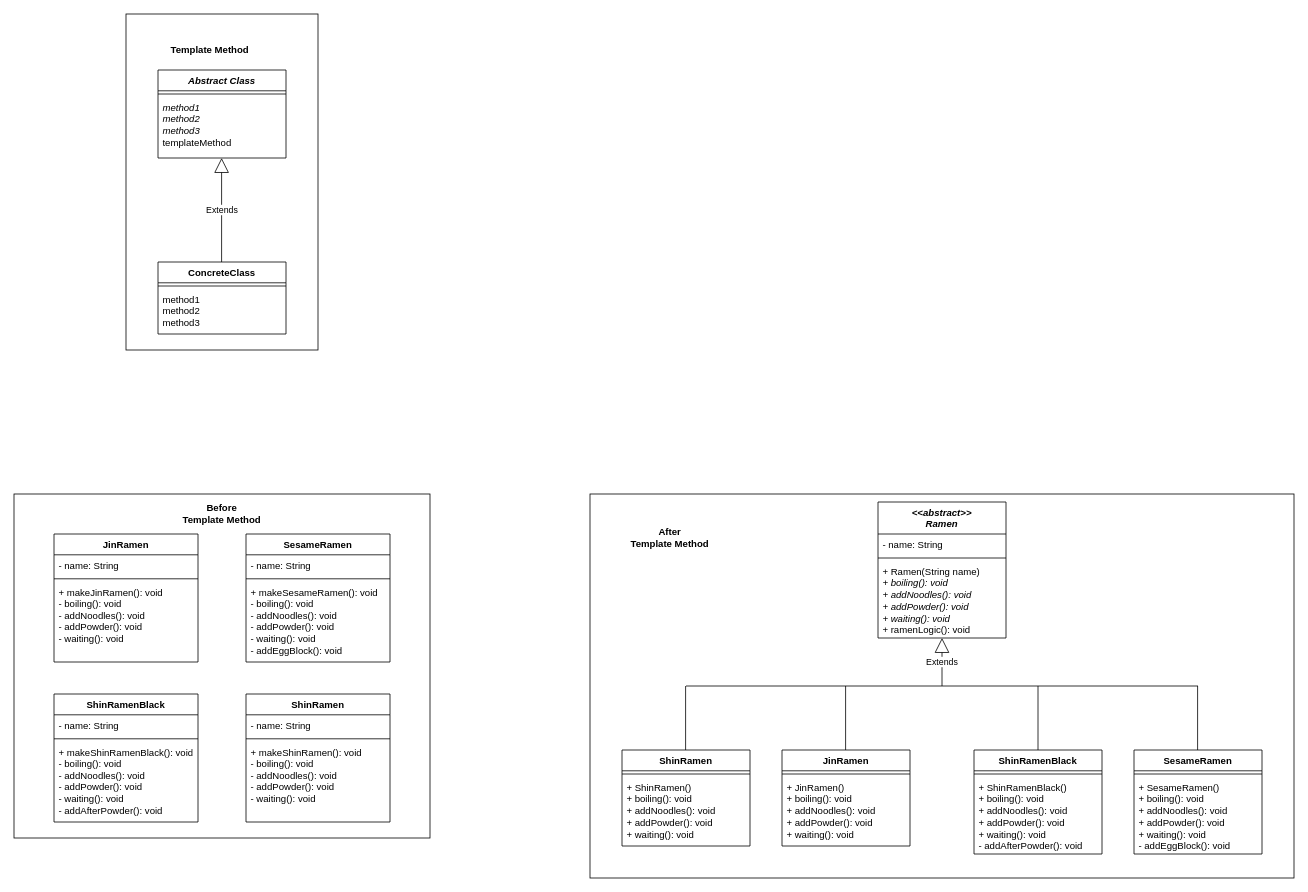
This is Kim-Taewoo/src/templatemethod/templatepattern.drawio from kimdabeans/PDA-JavaPattern, a draw.io file, before an edit. Source tidied: cells renumbered, new cells numbered last; positions are measured from the earlier drawing's top-left corner, leaving out a move shared by most shapes. Both pictures are drawn from the tidied source at 80%, with x=0, y=0 at pixel (14, 14).
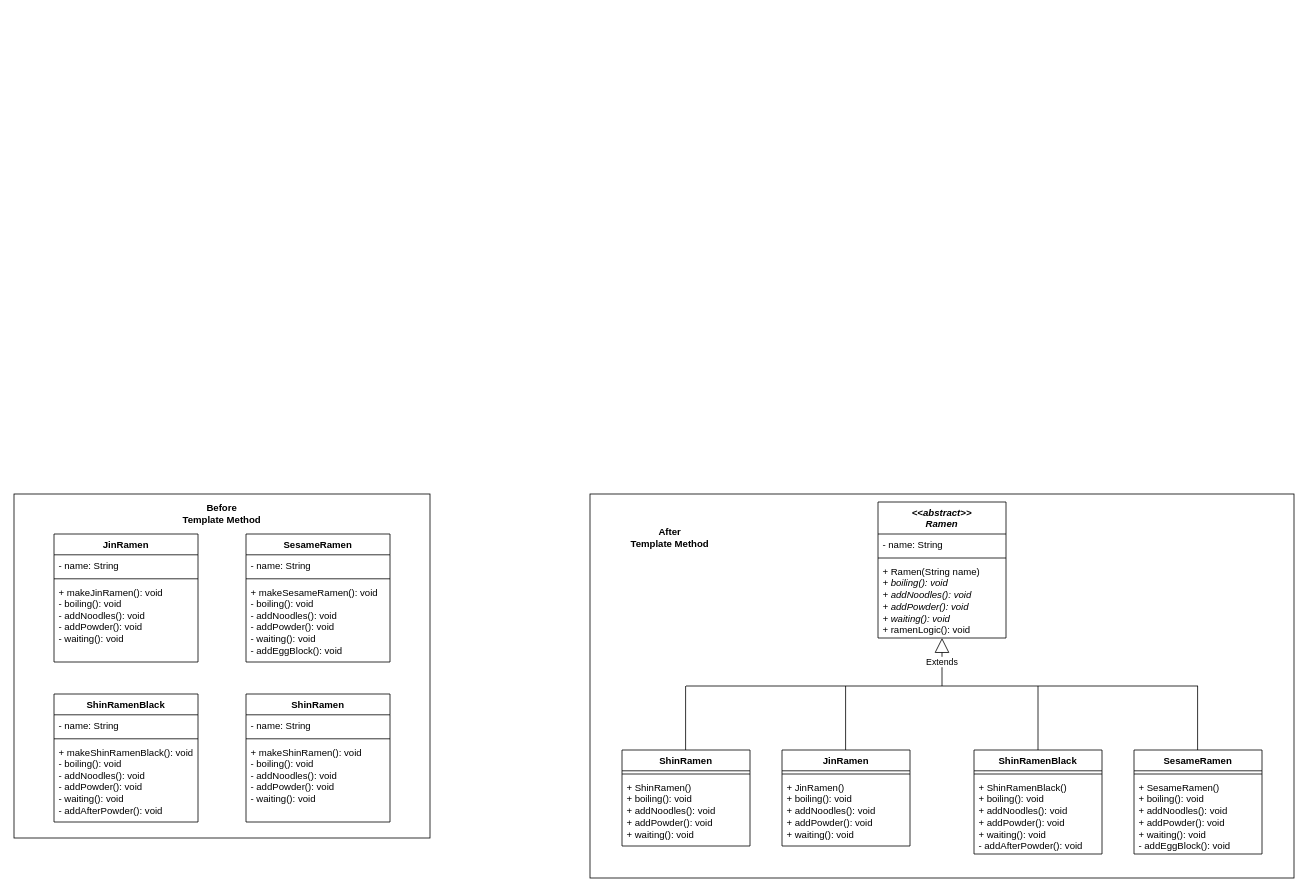
The same diagram, later.

Diff of the diagram source:
```diff
@@
-    <mxCell id="2" style="rounded=0;whiteSpace=wrap;html=1;" parent="1" vertex="1">
-      <mxGeometry x="140" width="240" height="420" as="geometry" />
-    </mxCell>
@@
-    <mxCell id="45" value="&lt;i&gt;Abstract Class&lt;/i&gt;" style="swimlane;fontStyle=1;align=center;verticalAlign=top;horizontal=1;startSize=26;whiteSpace=wrap;html=1;" parent="1" vertex="1">
-      <mxGeometry x="180" y="70" width="160" height="110" as="geometry" />
-    </mxCell>
-    <mxCell id="46" style="line;strokeWidth=1;fillColor=none;align=left;verticalAlign=middle;spacingTop=-1;spacingLeft=3;spacingRight=3;labelPosition=right;strokeColor=inherit;" parent="45" vertex="1">
-      <mxGeometry y="26" width="160" height="8" as="geometry" />
-    </mxCell>
-    <mxCell id="47" value="&lt;i&gt;method1&lt;/i&gt;&lt;br&gt;&lt;i&gt;method2&lt;/i&gt;&lt;br&gt;&lt;i&gt;method3&lt;/i&gt;&lt;br&gt;templateMethod" style="text;strokeColor=none;fillColor=none;align=left;verticalAlign=top;spacingLeft=4;spacingRight=4;overflow=hidden;whiteSpace=wrap;html=1;" parent="45" vertex="1">
-      <mxGeometry y="34" width="160" height="76" as="geometry" />
-    </mxCell>
-    <mxCell id="48" value="ConcreteClass" style="swimlane;fontStyle=1;align=center;verticalAlign=top;horizontal=1;startSize=26;whiteSpace=wrap;html=1;" parent="1" vertex="1">
-      <mxGeometry x="180" y="310" width="160" height="90" as="geometry" />
-    </mxCell>
-    <mxCell id="49" style="line;strokeWidth=1;fillColor=none;align=left;verticalAlign=middle;spacingTop=-1;spacingLeft=3;spacingRight=3;labelPosition=right;strokeColor=inherit;" parent="48" vertex="1">
-      <mxGeometry y="26" width="160" height="8" as="geometry" />
-    </mxCell>
-    <mxCell id="50" value="method1&lt;br&gt;method2&lt;br&gt;method3" style="text;strokeColor=none;fillColor=none;align=left;verticalAlign=top;spacingLeft=4;spacingRight=4;overflow=hidden;whiteSpace=wrap;html=1;" parent="48" vertex="1">
-      <mxGeometry y="34" width="160" height="56" as="geometry" />
-    </mxCell>
-    <mxCell id="51" value="Extends" style="endArrow=block;endSize=16;endFill=0;html=1;rounded=0;" parent="1" edge="1">
-      <mxGeometry relative="1" as="geometry">
-        <mxPoint x="259.5" y="310" as="sourcePoint" />
-        <mxPoint x="259.5" y="180" as="targetPoint" />
-      </mxGeometry>
-    </mxCell>
-    <mxCell id="52" value="&lt;b&gt;Template Method&lt;/b&gt;" style="text;html=1;strokeColor=none;fillColor=none;align=center;verticalAlign=middle;whiteSpace=wrap;rounded=0;" parent="1" vertex="1">
-      <mxGeometry x="180" y="30" width="130" height="30" as="geometry" />
-    </mxCell>
```
